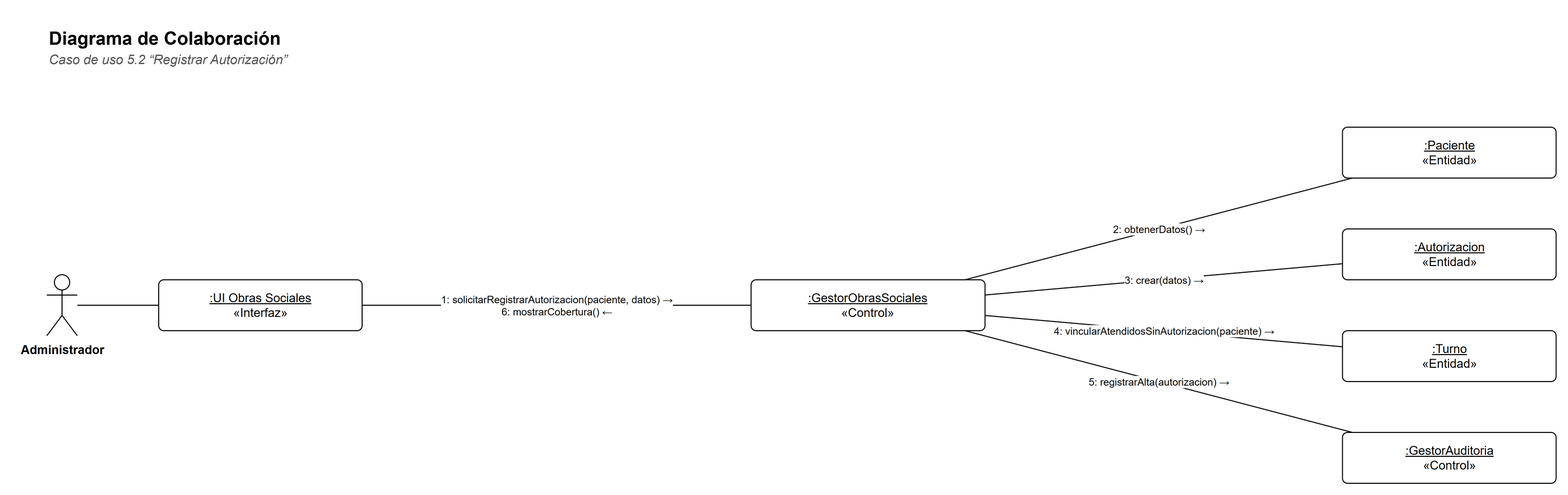
This is docs/diagramas/colaboracion-5-2.png from Matiglorioso/kineturnos, a draw.io export, as it was before one commit. Source tidied: cells renumbered, new cells last; positions are measured from the earlier drawing's top-left corner, leaving out a move shared by most shapes.
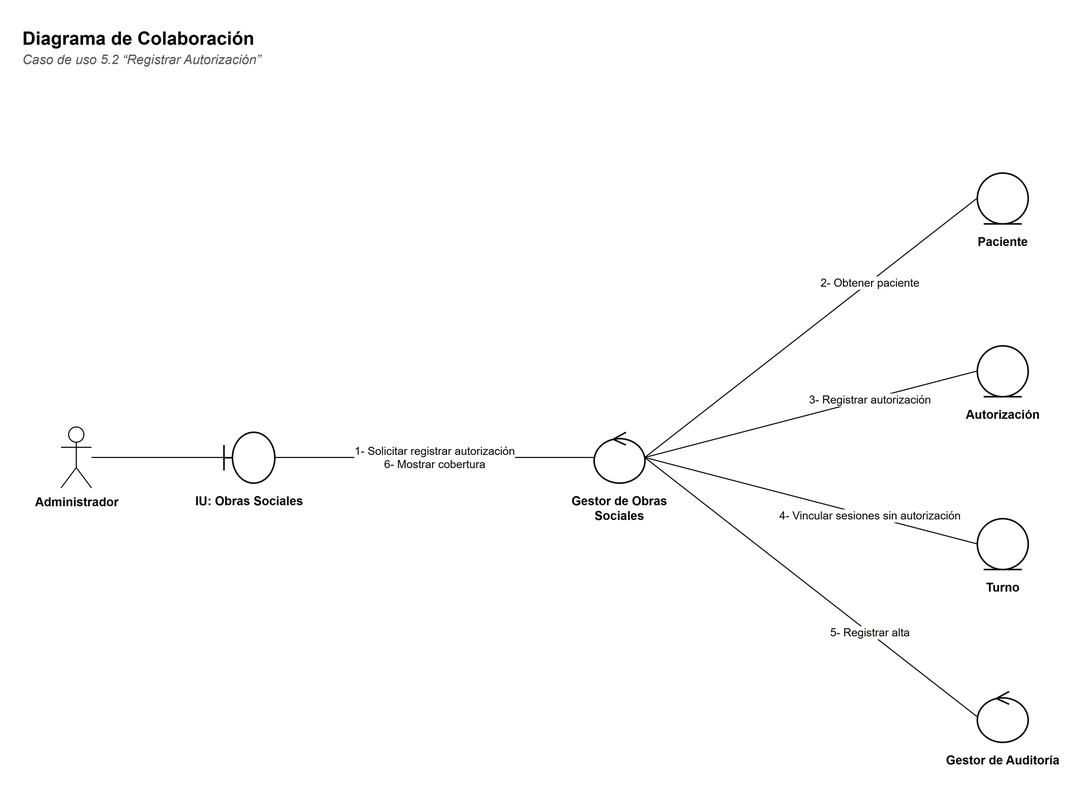
After the change.

Change to the diagram source:
```diff
@@ -9,43 +9,61 @@
       <mxGeometry y="24" width="900" height="20" as="geometry" />
     </mxCell>
     <mxCell id="4" value="Administrador" style="shape=umlActor;verticalLabelPosition=bottom;verticalAlign=top;html=1;outlineConnect=0;fillColor=#FFFFFF;strokeColor=#000000;fontFamily=Helvetica;fontSize=12;fontStyle=1;" parent="1" vertex="1">
-      <mxGeometry y="250" width="30" height="60" as="geometry" />
+      <mxGeometry x="40" y="400" width="30" height="60" as="geometry" />
     </mxCell>
-    <mxCell id="5" value="&lt;u&gt;:UI Obras Sociales&lt;/u&gt;&lt;br&gt;«Interfaz»" style="rounded=0;whiteSpace=wrap;html=1;fillColor=#FFFFFF;strokeColor=#000000;fontFamily=Helvetica;fontSize=12;rounded=1;arcSize=10;" parent="1" vertex="1">
-      <mxGeometry x="110" y="255" width="200" height="50" as="geometry" />
+    <mxCell id="5" style="shape=umlBoundary;html=1;fillColor=#FFFFFF;strokeColor=#000000;strokeWidth=1.5;" parent="1" vertex="1">
+      <mxGeometry x="200" y="405" width="50" height="50" as="geometry" />
     </mxCell>
-    <mxCell id="6" value="&lt;u&gt;:GestorObrasSociales&lt;/u&gt;&lt;br&gt;«Control»" style="rounded=0;whiteSpace=wrap;html=1;fillColor=#FFFFFF;strokeColor=#000000;fontFamily=Helvetica;fontSize=12;rounded=1;arcSize=10;" parent="1" vertex="1">
-      <mxGeometry x="692.4" y="255" width="230" height="50" as="geometry" />
+    <mxCell id="6" value="&lt;b&gt;IU: Obras Sociales&lt;/b&gt;" style="text;html=1;strokeColor=none;fillColor=none;align=left;verticalAlign=top;whiteSpace=wrap;fontFamily=Helvetica;align=center;fontSize=12;" parent="1" vertex="1">
+      <mxGeometry x="160" y="459" width="130" height="40" as="geometry" />
     </mxCell>
-    <mxCell id="7" value="&lt;u&gt;:Paciente&lt;/u&gt;&lt;br&gt;«Entidad»" style="rounded=0;whiteSpace=wrap;html=1;fillColor=#FFFFFF;strokeColor=#000000;fontFamily=Helvetica;fontSize=12;rounded=1;arcSize=10;" parent="1" vertex="1">
-      <mxGeometry x="1273.8" y="105" width="210" height="50" as="geometry" />
+    <mxCell id="7" style="shape=umlControl;html=1;fillColor=#FFFFFF;strokeColor=#000000;strokeWidth=1.5;" parent="1" vertex="1">
+      <mxGeometry x="564" y="405" width="50" height="50" as="geometry" />
     </mxCell>
-    <mxCell id="8" value="&lt;u&gt;:Autorizacion&lt;/u&gt;&lt;br&gt;«Entidad»" style="rounded=0;whiteSpace=wrap;html=1;fillColor=#FFFFFF;strokeColor=#000000;fontFamily=Helvetica;fontSize=12;rounded=1;arcSize=10;" parent="1" vertex="1">
-      <mxGeometry x="1273.8" y="205" width="210" height="50" as="geometry" />
+    <mxCell id="8" value="&lt;b&gt;Gestor de Obras Sociales&lt;/b&gt;" style="text;html=1;strokeColor=none;fillColor=none;align=left;verticalAlign=top;whiteSpace=wrap;fontFamily=Helvetica;align=center;fontSize=12;" parent="1" vertex="1">
+      <mxGeometry x="524" y="459" width="130" height="40" as="geometry" />
     </mxCell>
-    <mxCell id="9" value="&lt;u&gt;:Turno&lt;/u&gt;&lt;br&gt;«Entidad»" style="rounded=0;whiteSpace=wrap;html=1;fillColor=#FFFFFF;strokeColor=#000000;fontFamily=Helvetica;fontSize=12;rounded=1;arcSize=10;" parent="1" vertex="1">
-      <mxGeometry x="1273.8" y="305" width="210" height="50" as="geometry" />
+    <mxCell id="9" style="shape=umlEntity;html=1;fillColor=#FFFFFF;strokeColor=#000000;strokeWidth=1.5;" parent="1" vertex="1">
+      <mxGeometry x="940.8" y="150" width="50" height="50" as="geometry" />
     </mxCell>
-    <mxCell id="10" value="&lt;u&gt;:GestorAuditoria&lt;/u&gt;&lt;br&gt;«Control»" style="rounded=0;whiteSpace=wrap;html=1;fillColor=#FFFFFF;strokeColor=#000000;fontFamily=Helvetica;fontSize=12;rounded=1;arcSize=10;" parent="1" vertex="1">
-      <mxGeometry x="1273.8" y="405" width="210" height="50" as="geometry" />
+    <mxCell id="10" value="&lt;b&gt;Paciente&lt;/b&gt;" style="text;html=1;strokeColor=none;fillColor=none;align=left;verticalAlign=top;whiteSpace=wrap;fontFamily=Helvetica;align=center;fontSize=12;" parent="1" vertex="1">
+      <mxGeometry x="900.8" y="204" width="130" height="40" as="geometry" />
     </mxCell>
-    <mxCell id="11" style="edgeStyle=none;html=1;endArrow=none;endFill=0;strokeColor=#000000;fontFamily=Helvetica;fontSize=11;labelBackgroundColor=#FFFFFF;" parent="1" edge="1" source="4" target="5">
-      <mxGeometry relative="1" as="geometry" />
+    <mxCell id="11" style="shape=umlEntity;html=1;fillColor=#FFFFFF;strokeColor=#000000;strokeWidth=1.5;" parent="1" vertex="1">
+      <mxGeometry x="940.8" y="320" width="50" height="50" as="geometry" />
     </mxCell>
-    <mxCell id="12" value="1: solicitarRegistrarAutorizacion(paciente, datos) →&lt;br&gt;6: mostrarCobertura() ←" style="edgeStyle=none;html=1;endArrow=none;endFill=0;strokeColor=#000000;fontFamily=Helvetica;fontSize=11;labelBackgroundColor=#FFFFFF;fontSize=10;" parent="1" edge="1" source="6" target="5">
-      <mxGeometry relative="1" as="geometry" />
+    <mxCell id="12" value="&lt;b&gt;Autorización&lt;/b&gt;" style="text;html=1;strokeColor=none;fillColor=none;align=left;verticalAlign=top;whiteSpace=wrap;fontFamily=Helvetica;align=center;fontSize=12;" parent="1" vertex="1">
+      <mxGeometry x="900.8" y="374" width="130" height="40" as="geometry" />
     </mxCell>
-    <mxCell id="13" value="2: obtenerDatos() →" style="edgeStyle=none;html=1;endArrow=none;endFill=0;strokeColor=#000000;fontFamily=Helvetica;fontSize=11;labelBackgroundColor=#FFFFFF;fontSize=10;" parent="1" edge="1" source="7" target="6">
-      <mxGeometry relative="1" as="geometry" />
+    <mxCell id="13" style="shape=umlEntity;html=1;fillColor=#FFFFFF;strokeColor=#000000;strokeWidth=1.5;" parent="1" vertex="1">
+      <mxGeometry x="940.8" y="490" width="50" height="50" as="geometry" />
     </mxCell>
-    <mxCell id="14" value="3: crear(datos) →" style="edgeStyle=none;html=1;endArrow=none;endFill=0;strokeColor=#000000;fontFamily=Helvetica;fontSize=11;labelBackgroundColor=#FFFFFF;fontSize=10;" parent="1" edge="1" source="8" target="6">
-      <mxGeometry relative="1" as="geometry" />
+    <mxCell id="14" value="&lt;b&gt;Turno&lt;/b&gt;" style="text;html=1;strokeColor=none;fillColor=none;align=left;verticalAlign=top;whiteSpace=wrap;fontFamily=Helvetica;align=center;fontSize=12;" parent="1" vertex="1">
+      <mxGeometry x="900.8" y="544" width="130" height="40" as="geometry" />
     </mxCell>
-    <mxCell id="15" value="4: vincularAtendidosSinAutorizacion(paciente) →" style="edgeStyle=none;html=1;endArrow=none;endFill=0;strokeColor=#000000;fontFamily=Helvetica;fontSize=11;labelBackgroundColor=#FFFFFF;fontSize=10;" parent="1" edge="1" source="9" target="6">
-      <mxGeometry relative="1" as="geometry" />
+    <mxCell id="15" style="shape=umlControl;html=1;fillColor=#FFFFFF;strokeColor=#000000;strokeWidth=1.5;" parent="1" vertex="1">
+      <mxGeometry x="940.8" y="660" width="50" height="50" as="geometry" />
     </mxCell>
-    <mxCell id="16" value="5: registrarAlta(autorizacion) →" style="edgeStyle=none;html=1;endArrow=none;endFill=0;strokeColor=#000000;fontFamily=Helvetica;fontSize=11;labelBackgroundColor=#FFFFFF;fontSize=10;" parent="1" edge="1" source="10" target="6">
-      <mxGeometry relative="1" as="geometry" />
+    <mxCell id="16" value="&lt;b&gt;Gestor de Auditoría&lt;/b&gt;" style="text;html=1;strokeColor=none;fillColor=none;align=left;verticalAlign=top;whiteSpace=wrap;fontFamily=Helvetica;align=center;fontSize=12;" parent="1" vertex="1">
+      <mxGeometry x="900.8" y="714" width="130" height="40" as="geometry" />
     </mxCell>
+    <mxCell id="17" style="edgeStyle=none;html=1;endArrow=none;endFill=0;strokeColor=#000000;fontFamily=Helvetica;fontSize=11;labelBackgroundColor=#FFFFFF;" parent="1" edge="1" source="4" target="5">
+      <mxGeometry relative="1" as="geometry" />
+    </mxCell>
+    <mxCell id="18" value="1- Solicitar registrar autorización&lt;br&gt;6- Mostrar cobertura" style="edgeStyle=none;html=1;endArrow=none;endFill=0;strokeColor=#000000;fontFamily=Helvetica;fontSize=11;labelBackgroundColor=#FFFFFF;fontSize=11;exitX=1;exitY=0.5;exitDx=0;exitDy=0;entryX=0;entryY=0.5;entryDx=0;entryDy=0;" parent="1" edge="1" source="5" target="7">
+      <mxGeometry relative="1" as="geometry" />
+    </mxCell>
+    <mxCell id="19" value="2- Obtener paciente" style="edgeStyle=none;html=1;endArrow=none;endFill=0;strokeColor=#000000;fontFamily=Helvetica;fontSize=11;labelBackgroundColor=#FFFFFF;fontSize=11;exitX=1;exitY=0.5;exitDx=0;exitDy=0;entryX=0;entryY=0.5;entryDx=0;entryDy=0;" parent="1" edge="1" source="7" target="9">
+      <mxGeometry x="0.35" relative="1" as="geometry" />
+    </mxCell>
+    <mxCell id="20" value="3- Registrar autorización" style="edgeStyle=none;html=1;endArrow=none;endFill=0;strokeColor=#000000;fontFamily=Helvetica;fontSize=11;labelBackgroundColor=#FFFFFF;fontSize=11;exitX=1;exitY=0.5;exitDx=0;exitDy=0;entryX=0;entryY=0.5;entryDx=0;entryDy=0;" parent="1" edge="1" source="7" target="11">
+      <mxGeometry x="0.35" relative="1" as="geometry" />
+    </mxCell>
+    <mxCell id="21" value="4- Vincular sesiones sin autorización" style="edgeStyle=none;html=1;endArrow=none;endFill=0;strokeColor=#000000;fontFamily=Helvetica;fontSize=11;labelBackgroundColor=#FFFFFF;fontSize=11;exitX=1;exitY=0.5;exitDx=0;exitDy=0;entryX=0;entryY=0.5;entryDx=0;entryDy=0;" parent="1" edge="1" source="7" target="13">
+      <mxGeometry x="0.35" relative="1" as="geometry" />
+    </mxCell>
+    <mxCell id="22" value="5- Registrar alta" style="edgeStyle=none;html=1;endArrow=none;endFill=0;strokeColor=#000000;fontFamily=Helvetica;fontSize=11;labelBackgroundColor=#FFFFFF;fontSize=11;exitX=1;exitY=0.5;exitDx=0;exitDy=0;entryX=0;entryY=0.5;entryDx=0;entryDy=0;" parent="1" edge="1" source="7" target="15">
+      <mxGeometry x="0.35" relative="1" as="geometry" />
+    </mxCell>
   </root>
 </mxGraphModel>
```
